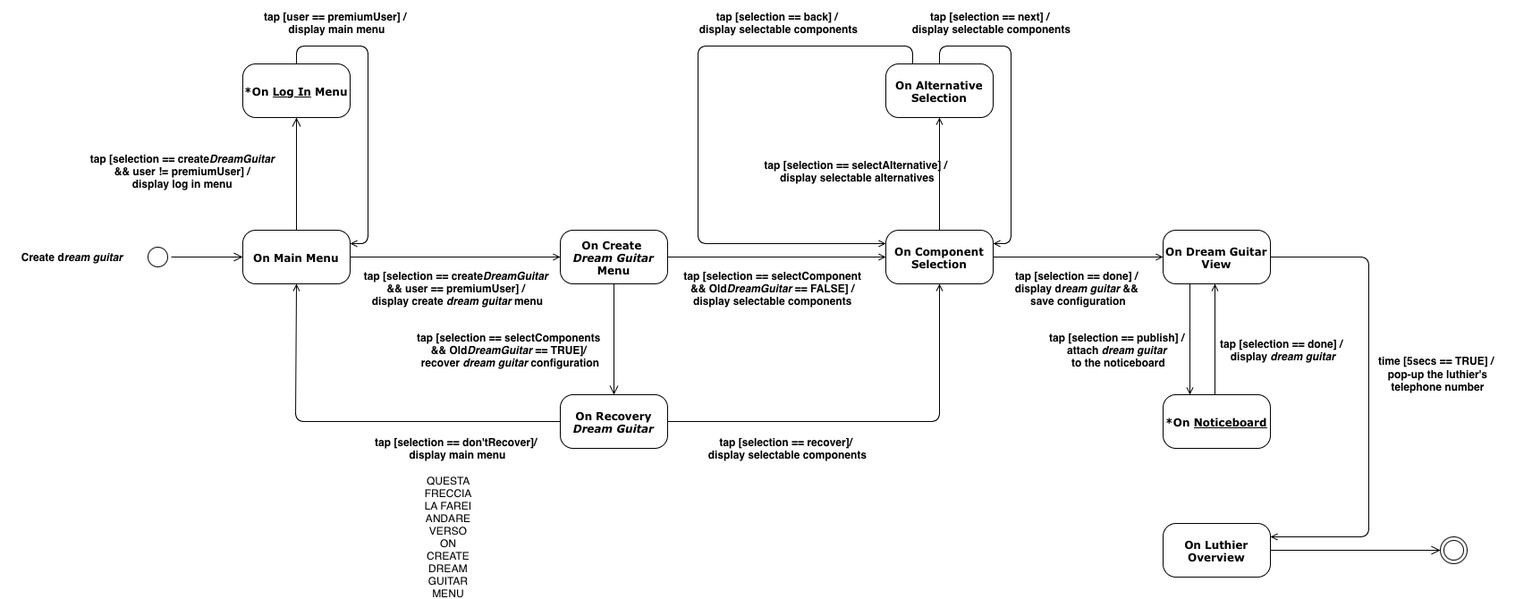
Before: diagrams/StateDiagramT.drawio.png, a diagram exported from draw.io (TizianoLilli/ISPW-Project). Source tidied: cells renumbered, new cells last; positions are measured from the earlier drawing's top-left corner, leaving out a move shared by most shapes.
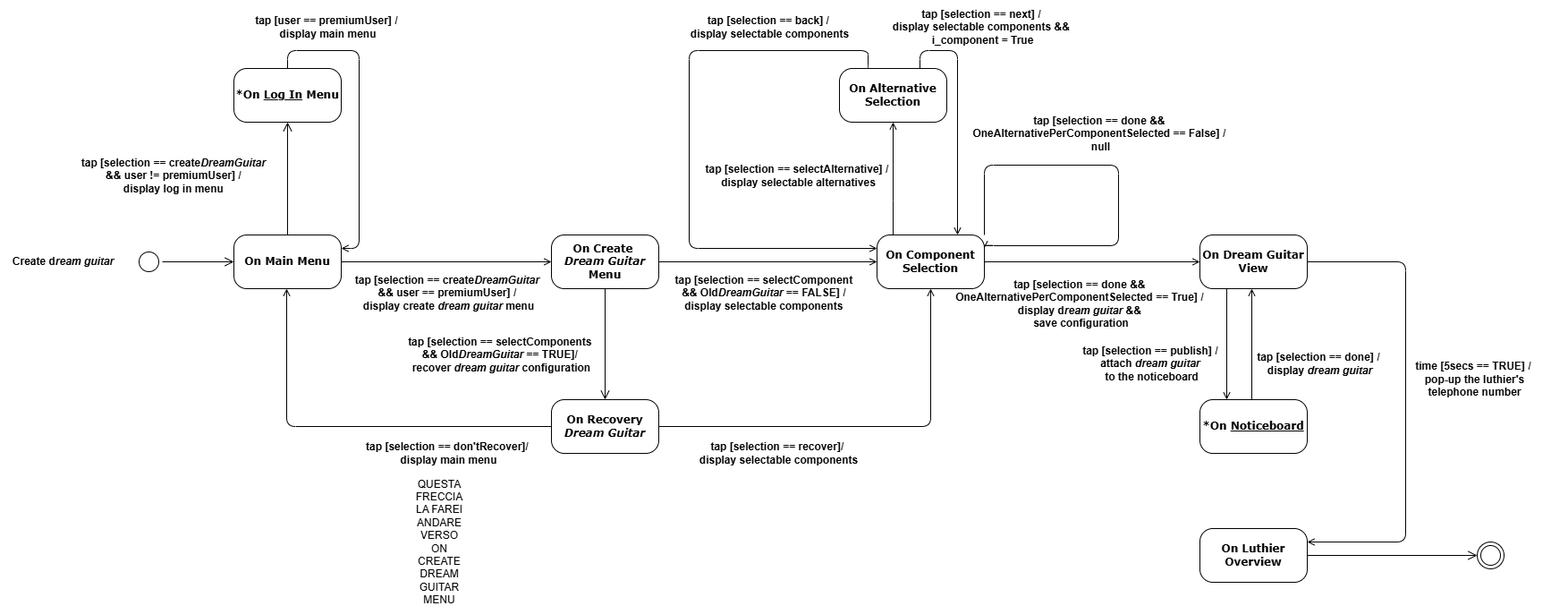
After the change.

The edit, as a diff of the source:
```diff
@@ -50,87 +50,102 @@
       <mxGeometry relative="1" as="geometry" />
     </mxCell>
     <mxCell id="14" style="edgeStyle=orthogonalEdgeStyle;rounded=0;jettySize=auto;html=1;entryX=0.5;entryY=1;entryDx=0;entryDy=0;endArrow=open;endFill=0;labelBackgroundColor=none;fontColor=default;" parent="1" edge="1" source="16" target="19">
-      <mxGeometry relative="1" as="geometry" />
+      <mxGeometry relative="1" as="geometry">
+        <Array as="points">
+          <mxPoint x="998" y="219" />
+          <mxPoint x="998" y="219" />
+        </Array>
+      </mxGeometry>
     </mxCell>
     <mxCell id="15" style="edgeStyle=orthogonalEdgeStyle;rounded=0;jettySize=auto;html=1;exitX=1;exitY=0.5;exitDx=0;exitDy=0;entryX=0;entryY=0.5;entryDx=0;entryDy=0;endArrow=open;endFill=0;labelBackgroundColor=none;fontColor=default;" parent="1" edge="1" source="16" target="22">
       <mxGeometry relative="1" as="geometry" />
     </mxCell>
+    <mxCell id="45" style="edgeStyle=orthogonalEdgeStyle;rounded=1;orthogonalLoop=1;jettySize=auto;html=1;exitX=1;exitY=0;exitDx=0;exitDy=0;entryX=1;entryY=0.25;entryDx=0;entryDy=0;curved=0;endArrow=open;endFill=0;" parent="1" edge="1" source="16" target="16">
+      <mxGeometry relative="1" as="geometry">
+        <Array as="points">
+          <mxPoint x="1100" y="179" />
+          <mxPoint x="1250" y="179" />
+          <mxPoint x="1250" y="269" />
+          <mxPoint x="1100" y="269" />
+        </Array>
+      </mxGeometry>
+    </mxCell>
     <mxCell id="16" value="&lt;b&gt;On Component Selection&lt;/b&gt;" style="rounded=1;whiteSpace=wrap;html=1;arcSize=24;shadow=0;comic=0;labelBackgroundColor=none;fontFamily=Verdana;fontSize=12;align=center;" parent="1" vertex="1">
       <mxGeometry x="980" y="257" width="120" height="60" as="geometry" />
     </mxCell>
-    <mxCell id="17" style="edgeStyle=orthogonalEdgeStyle;rounded=1;jettySize=auto;html=1;exitX=0.5;exitY=0;exitDx=0;exitDy=0;entryX=1;entryY=0.25;entryDx=0;entryDy=0;curved=0;endArrow=open;endFill=0;" parent="1" edge="1" source="19" target="16">
+    <mxCell id="17" style="edgeStyle=orthogonalEdgeStyle;rounded=1;jettySize=auto;html=1;exitX=0.75;exitY=0;exitDx=0;exitDy=0;entryX=0.75;entryY=0;entryDx=0;entryDy=0;curved=0;endArrow=open;endFill=0;" parent="1" edge="1" source="19" target="16">
       <mxGeometry relative="1" as="geometry">
         <Array as="points">
-          <mxPoint x="1040" y="51" />
-          <mxPoint x="1120" y="51" />
-          <mxPoint x="1120" y="272" />
+          <mxPoint x="1028" y="51" />
+          <mxPoint x="1070" y="51" />
         </Array>
       </mxGeometry>
     </mxCell>
     <mxCell id="18" style="edgeStyle=orthogonalEdgeStyle;rounded=1;jettySize=auto;html=1;exitX=0.25;exitY=0;exitDx=0;exitDy=0;endArrow=open;endFill=0;curved=0;entryX=0;entryY=0.25;entryDx=0;entryDy=0;" parent="1" edge="1" source="19" target="16">
       <mxGeometry relative="1" as="geometry">
         <Array as="points">
-          <mxPoint x="1010" y="51" />
+          <mxPoint x="970" y="71" />
+          <mxPoint x="970" y="51" />
           <mxPoint x="770" y="51" />
           <mxPoint x="770" y="272" />
         </Array>
       </mxGeometry>
     </mxCell>
     <mxCell id="19" value="&lt;b&gt;On Alternative Selection&lt;/b&gt;" style="rounded=1;whiteSpace=wrap;html=1;arcSize=24;shadow=0;comic=0;labelBackgroundColor=none;fontFamily=Verdana;fontSize=12;align=center;" parent="1" vertex="1">
-      <mxGeometry x="980" y="71" width="120" height="60" as="geometry" />
+      <mxGeometry x="938" y="71" width="120" height="60" as="geometry" />
     </mxCell>
     <mxCell id="20" style="edgeStyle=orthogonalEdgeStyle;rounded=0;orthogonalLoop=1;jettySize=auto;html=1;exitX=0.5;exitY=1;exitDx=0;exitDy=0;entryX=0.5;entryY=0;entryDx=0;entryDy=0;endArrow=open;endFill=0;" parent="1" edge="1">
       <mxGeometry relative="1" as="geometry">
-        <mxPoint x="1320" y="317" as="sourcePoint" />
-        <mxPoint x="1320" y="441" as="targetPoint" />
+        <mxPoint x="1371" y="317" as="sourcePoint" />
+        <mxPoint x="1371" y="441" as="targetPoint" />
       </mxGeometry>
     </mxCell>
     <mxCell id="21" style="edgeStyle=orthogonalEdgeStyle;rounded=1;jettySize=auto;html=1;exitX=1;exitY=0.5;exitDx=0;exitDy=0;entryX=1;entryY=0.25;entryDx=0;entryDy=0;endArrow=open;endFill=0;curved=0;" parent="1" edge="1" source="22" target="26">
       <mxGeometry relative="1" as="geometry">
         <Array as="points">
-          <mxPoint x="1520" y="287" />
-          <mxPoint x="1520" y="600" />
+          <mxPoint x="1571" y="287" />
+          <mxPoint x="1571" y="600" />
         </Array>
       </mxGeometry>
     </mxCell>
     <mxCell id="22" value="&lt;b&gt;On Dream Guitar View&lt;/b&gt;" style="rounded=1;whiteSpace=wrap;html=1;arcSize=24;shadow=0;comic=0;labelBackgroundColor=none;fontFamily=Verdana;fontSize=12;align=center;" parent="1" vertex="1">
-      <mxGeometry x="1290" y="257" width="120" height="60" as="geometry" />
+      <mxGeometry x="1341" y="257" width="120" height="60" as="geometry" />
     </mxCell>
     <mxCell id="23" style="edgeStyle=orthogonalEdgeStyle;rounded=0;orthogonalLoop=1;jettySize=auto;html=1;exitX=0.75;exitY=0;exitDx=0;exitDy=0;entryX=0.75;entryY=1;entryDx=0;entryDy=0;endArrow=open;endFill=0;" parent="1" edge="1">
       <mxGeometry relative="1" as="geometry">
-        <mxPoint x="1348" y="441" as="sourcePoint" />
-        <mxPoint x="1348" y="317" as="targetPoint" />
+        <mxPoint x="1399" y="441" as="sourcePoint" />
+        <mxPoint x="1399" y="317" as="targetPoint" />
       </mxGeometry>
     </mxCell>
     <mxCell id="24" value="&lt;b&gt;*On &lt;u&gt;Noticeboard&lt;/u&gt;&lt;/b&gt;" style="rounded=1;whiteSpace=wrap;html=1;arcSize=24;shadow=0;comic=0;labelBackgroundColor=none;fontFamily=Verdana;fontSize=12;align=center;" parent="1" vertex="1">
-      <mxGeometry x="1290" y="441" width="120" height="60" as="geometry" />
+      <mxGeometry x="1341" y="441" width="120" height="60" as="geometry" />
     </mxCell>
     <mxCell id="25" style="edgeStyle=none;curved=1;rounded=0;jettySize=auto;html=1;exitX=1;exitY=0.5;exitDx=0;exitDy=0;entryX=0;entryY=0.5;entryDx=0;entryDy=0;fontSize=12;startSize=8;endSize=8;endArrow=open;endFill=0;" parent="1" edge="1" source="26" target="27">
       <mxGeometry relative="1" as="geometry" />
     </mxCell>
     <mxCell id="26" value="&lt;b&gt;On Luthier Overview&lt;/b&gt;" style="rounded=1;whiteSpace=wrap;html=1;arcSize=24;shadow=0;comic=0;labelBackgroundColor=none;fontFamily=Verdana;fontSize=12;align=center;" parent="1" vertex="1">
-      <mxGeometry x="1290" y="585" width="120" height="60" as="geometry" />
+      <mxGeometry x="1341" y="585" width="120" height="60" as="geometry" />
     </mxCell>
     <mxCell id="27" style="ellipse;html=1;shape=endState;labelBackgroundColor=none;" parent="1" vertex="1">
-      <mxGeometry x="1600" y="600" width="30" height="30" as="geometry" />
+      <mxGeometry x="1651" y="600" width="30" height="30" as="geometry" />
     </mxCell>
     <mxCell id="28" value="&lt;b&gt;tap [selection == create&lt;i&gt;DreamGuitar&lt;/i&gt;&amp;nbsp;&lt;/b&gt;&lt;div&gt;&lt;b&gt;&amp;amp;&amp;amp;&amp;nbsp;&lt;/b&gt;&lt;b style=&quot;background-color: initial;&quot;&gt;user == premiumUser] &lt;/b&gt;&lt;b style=&quot;background-color: initial;&quot;&gt;/&amp;nbsp;&lt;/b&gt;&lt;div&gt;&lt;div&gt;&lt;b&gt;display create &lt;i&gt;dream guitar&lt;/i&gt; menu&lt;/b&gt;&lt;/div&gt;&lt;/div&gt;&lt;/div&gt;" style="text;html=1;align=center;verticalAlign=middle;strokeColor=none;fillColor=none;" parent="1" vertex="1">
       <mxGeometry x="386" y="292" width="230" height="60" as="geometry" />
     </mxCell>
     <mxCell id="29" value="&lt;b&gt;tap [selection == selectAlternative] /&amp;nbsp;&lt;/b&gt;&lt;div&gt;&lt;b&gt;display&amp;nbsp;&lt;/b&gt;&lt;span style=&quot;background-color: initial;&quot;&gt;&lt;b&gt;selectable&amp;nbsp;&lt;/b&gt;&lt;/span&gt;&lt;b style=&quot;background-color: initial;&quot;&gt;alternatives&lt;/b&gt;&lt;/div&gt;" style="text;html=1;align=center;verticalAlign=middle;strokeColor=none;fillColor=none;" parent="1" vertex="1">
-      <mxGeometry x="788" y="166" width="320" height="50" as="geometry" />
+      <mxGeometry x="732" y="166" width="320" height="50" as="geometry" />
     </mxCell>
-    <mxCell id="30" value="&lt;b&gt;tap [selection == next] /&amp;nbsp;&lt;/b&gt;&lt;div&gt;&lt;b&gt;display&amp;nbsp;&lt;/b&gt;&lt;span style=&quot;background-color: initial;&quot;&gt;&lt;b&gt;selectable&amp;nbsp;&lt;/b&gt;&lt;/span&gt;&lt;b style=&quot;background-color: initial;&quot;&gt;components&lt;/b&gt;&lt;/div&gt;" style="text;html=1;align=center;verticalAlign=middle;strokeColor=none;fillColor=none;" parent="1" vertex="1">
-      <mxGeometry x="963" width="270" height="50" as="geometry" />
+    <mxCell id="30" value="&lt;b&gt;tap [selection == next] /&amp;nbsp;&lt;/b&gt;&lt;div&gt;&lt;b&gt;display&amp;nbsp;&lt;/b&gt;&lt;span style=&quot;background-color: initial;&quot;&gt;&lt;b&gt;selectable&amp;nbsp;&lt;/b&gt;&lt;/span&gt;&lt;b style=&quot;background-color: initial;&quot;&gt;components &amp;amp;&amp;amp;&amp;nbsp;&lt;/b&gt;&lt;/div&gt;&lt;div&gt;&lt;b style=&quot;background-color: initial;&quot;&gt;i_component = True&lt;/b&gt;&lt;/div&gt;" style="text;html=1;align=center;verticalAlign=middle;strokeColor=none;fillColor=none;" parent="1" vertex="1">
+      <mxGeometry x="988" y="-5" width="220" height="60" as="geometry" />
     </mxCell>
-    <mxCell id="31" value="&lt;b&gt;tap [selection == done] /&amp;nbsp;&lt;/b&gt;&lt;div&gt;&lt;b&gt;display d&lt;i&gt;ream guitar &lt;/i&gt;&amp;amp;&amp;amp;&amp;nbsp;&lt;/b&gt;&lt;/div&gt;&lt;div&gt;&lt;b&gt;save configuration&lt;/b&gt;&lt;/div&gt;" style="text;html=1;align=center;verticalAlign=middle;strokeColor=none;fillColor=none;" parent="1" vertex="1">
-      <mxGeometry x="1115" y="292" width="160" height="60" as="geometry" />
+    <mxCell id="31" value="&lt;b&gt;tap [selection == done &amp;amp;&amp;amp;&amp;nbsp;&lt;/b&gt;&lt;div&gt;&lt;b&gt;OneAlternativePerComponentSelected == True] /&amp;nbsp;&lt;/b&gt;&lt;div&gt;&lt;b&gt;display d&lt;i&gt;ream guitar &lt;/i&gt;&amp;amp;&amp;amp;&amp;nbsp;&lt;/b&gt;&lt;/div&gt;&lt;div&gt;&lt;b&gt;save configuration&lt;/b&gt;&lt;/div&gt;&lt;/div&gt;" style="text;html=1;align=center;verticalAlign=middle;strokeColor=none;fillColor=none;" parent="1" vertex="1">
+      <mxGeometry x="1058" y="299" width="300" height="70" as="geometry" />
     </mxCell>
     <mxCell id="32" value="&lt;b&gt;tap [selection == publish] /&amp;nbsp;&lt;/b&gt;&lt;div&gt;&lt;b&gt;attach&amp;nbsp;&lt;i&gt;dream guitar&amp;nbsp;&lt;/i&gt;&lt;/b&gt;&lt;/div&gt;&lt;div&gt;&lt;b&gt;to the noticeboard&lt;/b&gt;&lt;/div&gt;" style="text;html=1;align=center;verticalAlign=middle;strokeColor=none;fillColor=none;" parent="1" vertex="1">
-      <mxGeometry x="1150" y="361" width="180" height="60" as="geometry" />
+      <mxGeometry x="1197" y="371" width="180" height="60" as="geometry" />
     </mxCell>
     <mxCell id="33" value="&lt;b&gt;tap [selection == done] /&amp;nbsp;&lt;/b&gt;&lt;div&gt;&lt;b&gt;display &lt;i&gt;dream guitar&lt;/i&gt;&lt;/b&gt;&lt;/div&gt;" style="text;html=1;align=center;verticalAlign=middle;strokeColor=none;fillColor=none;" parent="1" vertex="1">
-      <mxGeometry x="1344" y="371" width="160" height="40" as="geometry" />
+      <mxGeometry x="1395" y="381" width="160" height="40" as="geometry" />
     </mxCell>
     <mxCell id="34" value="&lt;b&gt;tap [user == premiumUser] /&amp;nbsp;&lt;/b&gt;&lt;div&gt;&lt;b&gt;display main menu&lt;/b&gt;&lt;/div&gt;" style="text;html=1;align=center;verticalAlign=middle;strokeColor=none;fillColor=none;" parent="1" vertex="1">
       <mxGeometry x="271" y="5" width="190" height="40" as="geometry" />
@@ -163,7 +178,10 @@
       <mxGeometry x="461" y="585" width="60" height="30" as="geometry" />
     </mxCell>
     <mxCell id="44" value="&lt;b style=&quot;font-size: 12px;&quot;&gt;time [5secs == TRUE] /&amp;nbsp;&lt;/b&gt;&lt;div style=&quot;font-size: 12px;&quot;&gt;&lt;b&gt;pop-up the luthier's&lt;/b&gt;&lt;/div&gt;&lt;div style=&quot;font-size: 12px;&quot;&gt;&lt;b&gt;telephone number&lt;/b&gt;&lt;/div&gt;" style="text;html=1;align=center;verticalAlign=middle;strokeColor=none;fillColor=none;fontSize=16;" parent="1" vertex="1">
-      <mxGeometry x="1492" y="381" width="210" height="70" as="geometry" />
+      <mxGeometry x="1543" y="381" width="210" height="70" as="geometry" />
     </mxCell>
+    <mxCell id="46" value="&lt;b&gt;tap [selection == done &amp;amp;&amp;amp;&amp;nbsp;&lt;/b&gt;&lt;div&gt;&lt;b&gt;OneAlternativePerComponentSelected == False] /&amp;nbsp;&lt;/b&gt;&lt;div&gt;&lt;b&gt;null&lt;/b&gt;&lt;/div&gt;&lt;/div&gt;" style="text;html=1;align=center;verticalAlign=middle;strokeColor=none;fillColor=none;" parent="1" vertex="1">
+      <mxGeometry x="1075" y="114" width="310" height="60" as="geometry" />
+    </mxCell>
   </root>
 </mxGraphModel>
```
